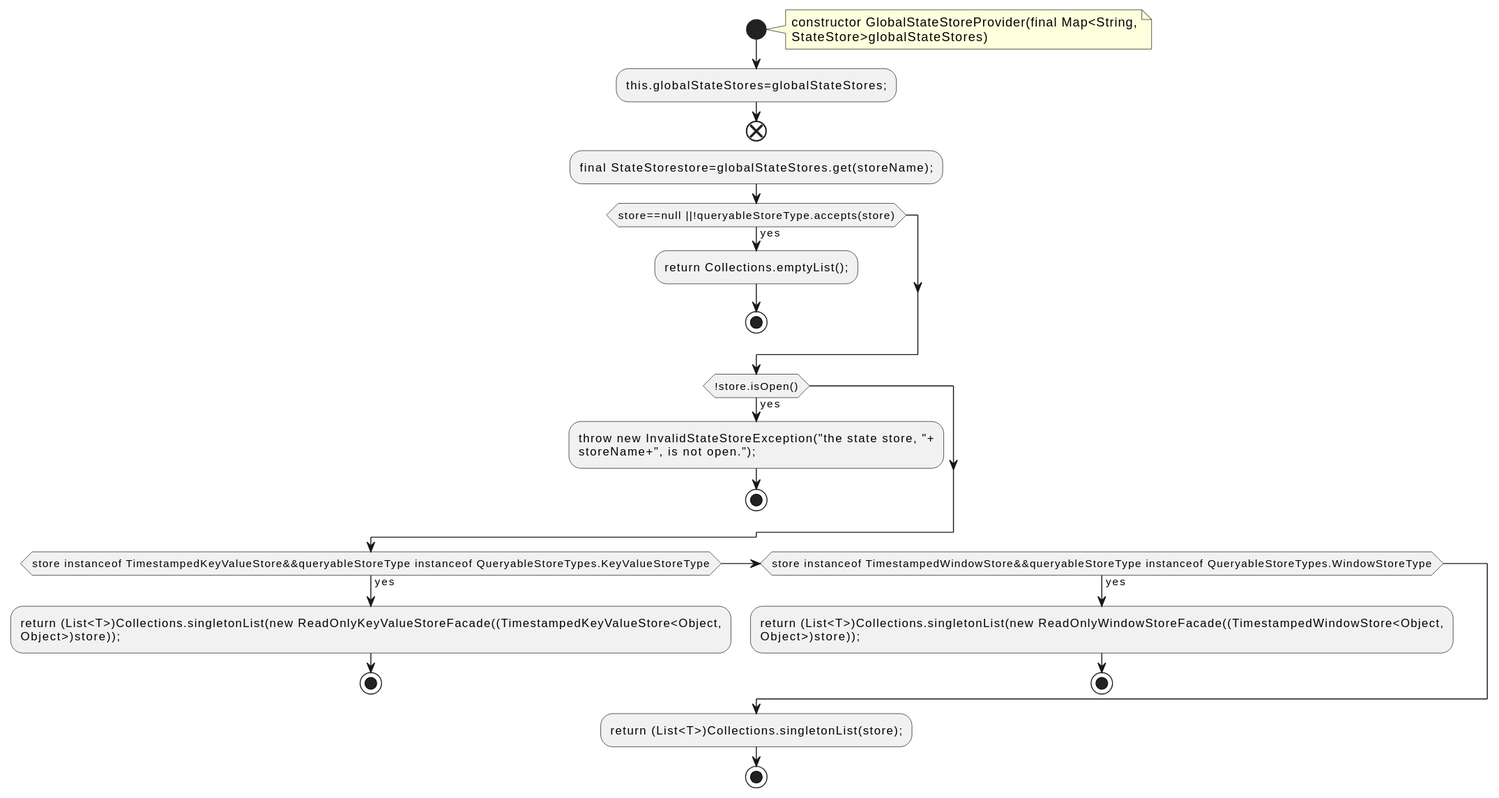
Before: docs/qc/streams/src/main/java/org/apache/kafka/streams/state/internals/GlobalStateStoreProvider.java.fct.svg, a diagram exported from PlantUML (qualitesys/kafka).
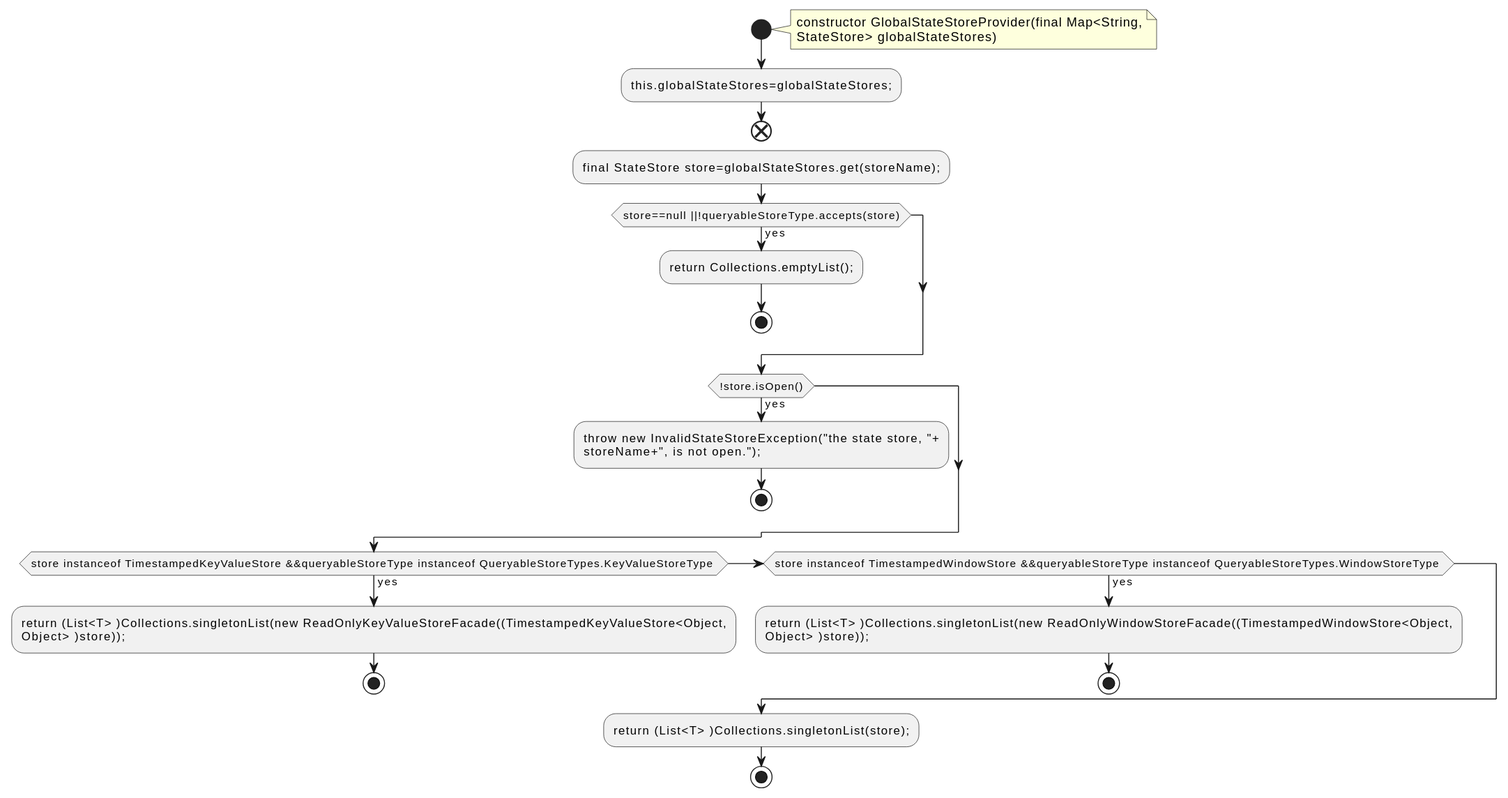
Above is the later version.

Change to the diagram source:
```diff
@@ -3,11 +3,11 @@
 start
 note right
 constructor GlobalStateStoreProvider(final Map<String,
-StateStore>globalStateStores)
+StateStore> globalStateStores)
 end note
 :this.globalStateStores=globalStateStores;;
 end
-:final StateStorestore=globalStateStores.get(storeName);;
+:final StateStore store=globalStateStores.get(storeName);;
 if (store==null ||!queryableStoreType.accepts(store)) then (yes)
 :return Collections.emptyList();;
 stop
@@ -17,15 +17,15 @@
 storeName+", is not open.");;
 stop
 endif
-if (store instanceof TimestampedKeyValueStore&&queryableStoreType instanceof QueryableStoreTypes.KeyValueStoreType) then (yes)
-:return (List<T>)Collections.singletonList(new ReadOnlyKeyValueStoreFacade((TimestampedKeyValueStore<Object,
-Object>)store));;
+if (store instanceof TimestampedKeyValueStore &&queryableStoreType instanceof QueryableStoreTypes.KeyValueStoreType ) then (yes)
+:return (List<T> )Collections.singletonList(new ReadOnlyKeyValueStoreFacade((TimestampedKeyValueStore<Object,
+Object> )store));;
 stop
-else if (store instanceof TimestampedWindowStore&&queryableStoreType instanceof QueryableStoreTypes.WindowStoreType) then (yes)
-:return (List<T>)Collections.singletonList(new ReadOnlyWindowStoreFacade((TimestampedWindowStore<Object,
-Object>)store));;
+else if (store instanceof TimestampedWindowStore &&queryableStoreType instanceof QueryableStoreTypes.WindowStoreType ) then (yes)
+:return (List<T> )Collections.singletonList(new ReadOnlyWindowStoreFacade((TimestampedWindowStore<Object,
+Object> )store));;
 stop
 endif
-:return (List<T>)Collections.singletonList(store);;
+:return (List<T> )Collections.singletonList(store);;
 stop
 @enduml
```
